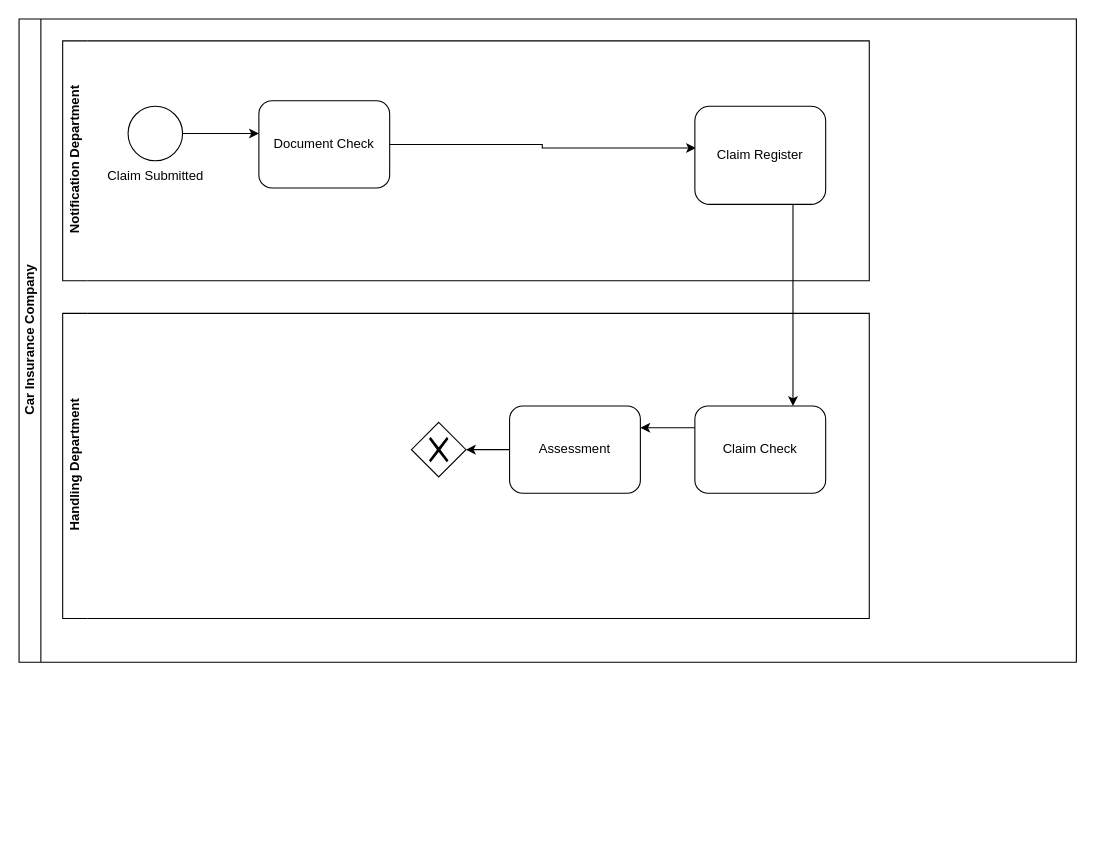
The draw.io diagram Case Study: Informations Artefacts.drawio in cynthiawsy/BPMN, before the edit. Source tidied: cells renumbered, new cells numbered last; positions are measured from the earlier drawing's top-left corner, leaving out a move shared by most shapes. Both pictures are drawn from the tidied source at 109%, with x=0, y=0 at pixel (19, 19).
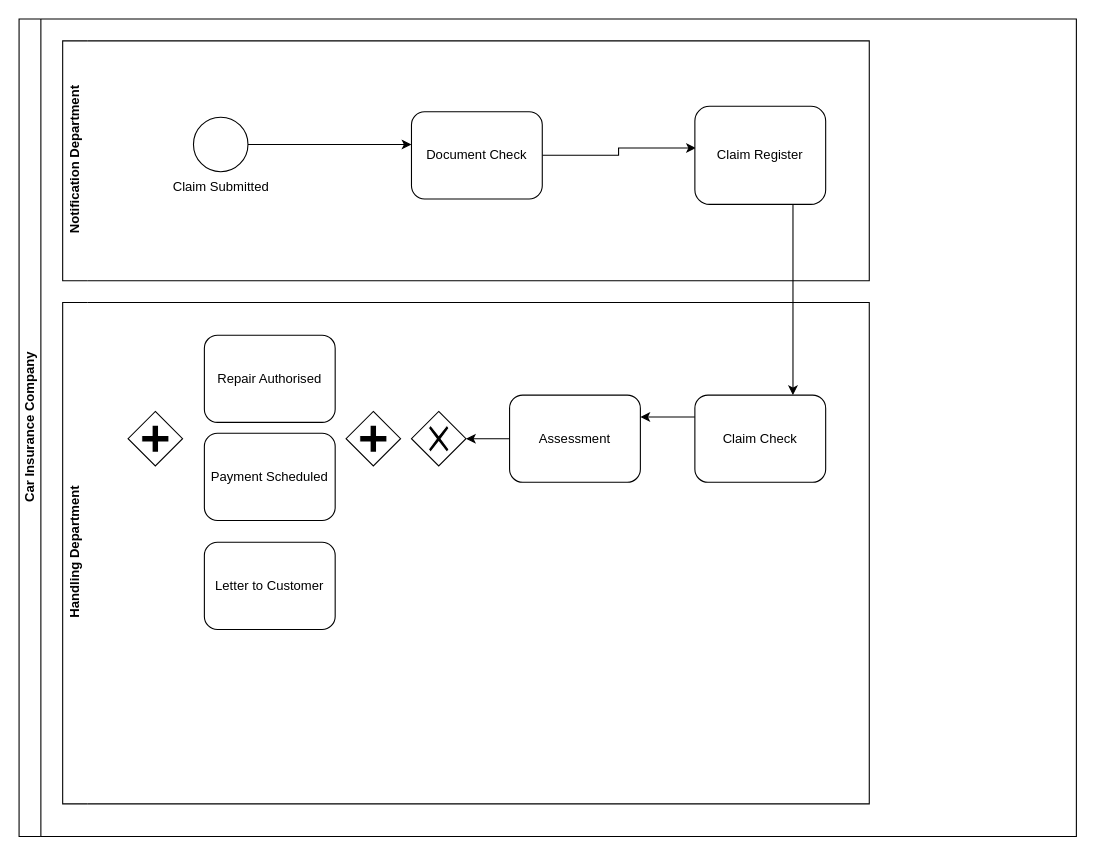
The same diagram, later.

The change refers to these unchanged cells:
```xml
<mxCell id="3" value="Notification Department" style="swimlane;html=1;horizontal=0;swimlaneLine=0;startSize=23;" parent="2" vertex="1">
  <mxGeometry x="40" y="20" width="740" height="220" as="geometry" />
</mxCell>
```

The edit, as a diff of the source:
```diff
@@
     <mxCell id="2" value="Car Insurance Company" style="swimlane;html=1;horizontal=0;startSize=20;" parent="1" vertex="1">
-      <mxGeometry width="970" height="590" as="geometry" />
+      <mxGeometry width="970" height="750" as="geometry" />
     </mxCell>
@@
     <mxCell id="5" value="Claim Submitted" style="shape=mxgraph.bpmn.shape;html=1;verticalLabelPosition=bottom;labelBackgroundColor=#ffffff;verticalAlign=top;align=center;perimeter=ellipsePerimeter;outlineConnect=0;outline=standard;symbol=general;" parent="3" vertex="1">
-      <mxGeometry x="60" y="60" width="50" height="50" as="geometry" />
+      <mxGeometry x="120" y="70" width="50" height="50" as="geometry" />
     </mxCell>
@@
     <mxCell id="7" value="Document Check" style="shape=ext;rounded=1;html=1;whiteSpace=wrap;" parent="3" vertex="1">
-      <mxGeometry x="180" y="55" width="120" height="80" as="geometry" />
+      <mxGeometry x="320" y="65" width="120" height="80" as="geometry" />
     </mxCell>
@@
     <mxCell id="9" value="Handling Department" style="swimlane;html=1;horizontal=0;swimlaneLine=0;" parent="2" vertex="1">
-      <mxGeometry x="40" y="270" width="740" height="280" as="geometry" />
+      <mxGeometry x="40" y="260" width="740" height="460" as="geometry" />
     </mxCell>
@@
+    <mxCell id="16" value="Repair Authorised" style="shape=ext;rounded=1;html=1;whiteSpace=wrap;" parent="9" vertex="1">
+      <mxGeometry x="130" y="30" width="120" height="80" as="geometry" />
+    </mxCell>
+    <mxCell id="17" value="Payment Scheduled" style="shape=ext;rounded=1;html=1;whiteSpace=wrap;" parent="9" vertex="1">
+      <mxGeometry x="130" y="120" width="120" height="80" as="geometry" />
+    </mxCell>
+    <mxCell id="18" style="shape=mxgraph.bpmn.shape;html=1;verticalLabelPosition=bottom;labelBackgroundColor=#ffffff;verticalAlign=top;align=center;perimeter=rhombusPerimeter;background=gateway;outline=none;symbol=parallelGw;" parent="9" vertex="1">
+      <mxGeometry x="60" y="100" width="50" height="50" as="geometry" />
+    </mxCell>
+    <mxCell id="19" style="shape=mxgraph.bpmn.shape;html=1;verticalLabelPosition=bottom;labelBackgroundColor=#ffffff;verticalAlign=top;align=center;perimeter=rhombusPerimeter;background=gateway;outline=none;symbol=parallelGw;" parent="9" vertex="1">
+      <mxGeometry x="260" y="100" width="50" height="50" as="geometry" />
+    </mxCell>
+    <mxCell id="20" value="Letter to Customer" style="shape=ext;rounded=1;html=1;whiteSpace=wrap;" parent="9" vertex="1">
+      <mxGeometry x="130" y="220" width="120" height="80" as="geometry" />
+    </mxCell>
```
